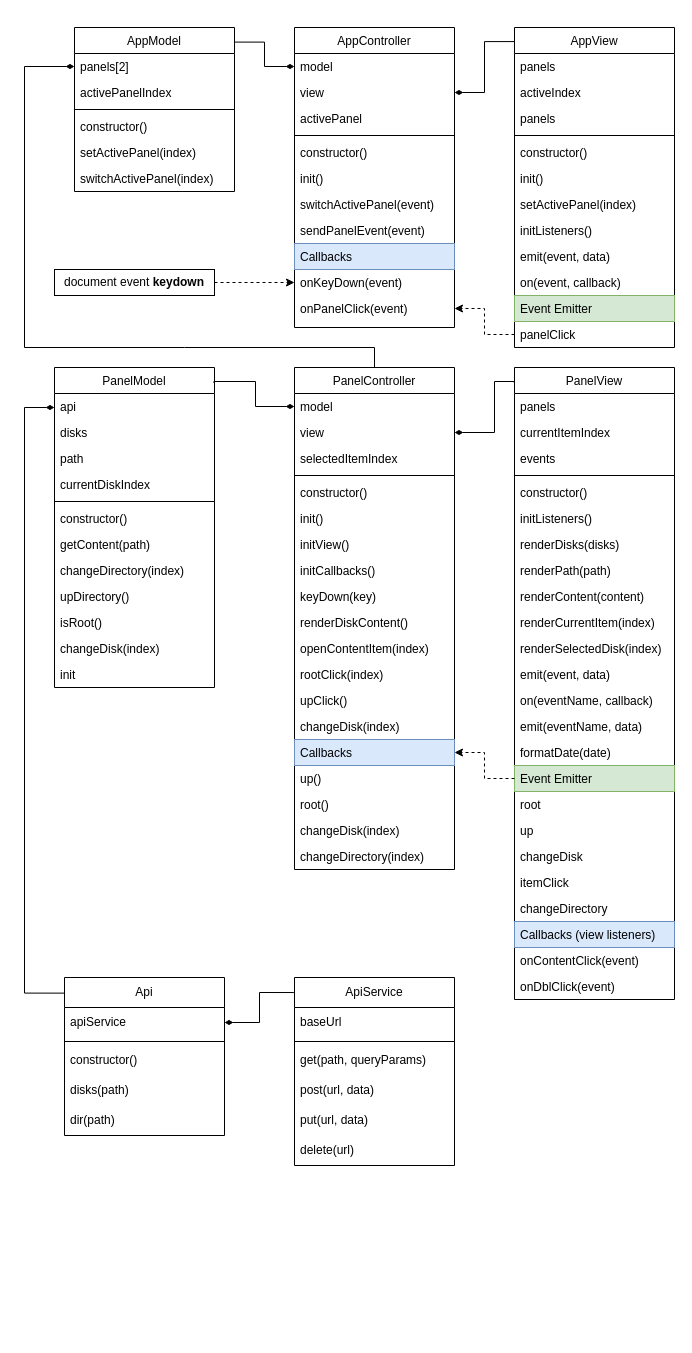
This is UML/HooliCommander.drawio from Nikolas321654/Hooli_Commander, a draw.io file, before an edit. Source tidied: cells renumbered, new cells numbered last; positions are measured from the earlier drawing's top-left corner, leaving out a move shared by most shapes. Both pictures are drawn from the tidied source at 100%, with x=0, y=0 at pixel (24, 27).
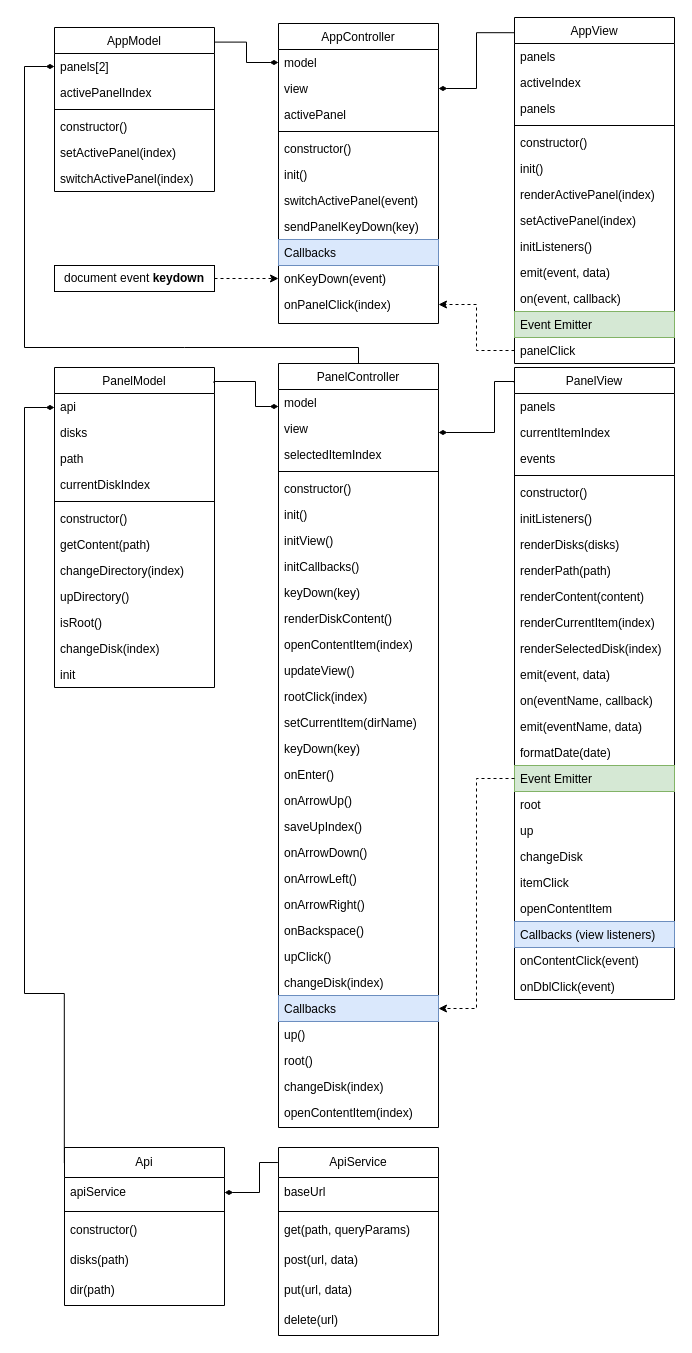
The same diagram, later.

Commit message (it also covers changes not shown here):
- Made keyboard navigation - Updated UML diagram - Made improvements and fixes

The change refers to these unchanged cells:
```xml
<mxCell id="28" value="panels[2]" style="text;align=left;verticalAlign=top;spacingLeft=4;spacingRight=4;overflow=hidden;points=[[0,0.5],[1,0.5]];portConstraint=eastwest;" parent="27" vertex="1">
  <mxGeometry y="26" width="160" height="26" as="geometry" />
</mxCell>
<mxCell id="57" value="PanelView" style="swimlane;fontStyle=0;align=center;verticalAlign=top;horizontal=1;startSize=26;rounded=0;shadow=0;strokeWidth=1;" parent="1" vertex="1">
  <mxGeometry x="490" y="340" width="160" height="632" as="geometry" />
</mxCell>
<mxCell id="102" value="apiService" style="text;strokeColor=none;fillColor=none;align=left;verticalAlign=middle;spacingLeft=4;spacingRight=4;overflow=hidden;points=[[0,0.5],[1,0.5]];portConstraint=eastwest;whiteSpace=wrap;html=1;" parent="101" vertex="1">
  <mxGeometry y="30" width="160" height="30" as="geometry" />
</mxCell>
```

Change to the diagram source:
```diff
@@
     <mxCell id="2" value="AppController" style="swimlane;fontStyle=0;align=center;verticalAlign=top;horizontal=1;startSize=26;rounded=0;shadow=0;strokeWidth=1;" parent="1" vertex="1">
-      <mxGeometry x="270" width="160" height="300" as="geometry" />
+      <mxGeometry x="254" y="-4" width="160" height="300" as="geometry" />
     </mxCell>
@@
-    <mxCell id="10" value="sendPanelEvent(event)" style="text;align=left;verticalAlign=top;spacingLeft=4;spacingRight=4;overflow=hidden;rounded=0;shadow=0;html=0;" parent="2" vertex="1">
+    <mxCell id="10" value="sendPanelKeyDown(key)" style="text;align=left;verticalAlign=top;spacingLeft=4;spacingRight=4;overflow=hidden;rounded=0;shadow=0;html=0;" parent="2" vertex="1">
       <mxGeometry y="190" width="160" height="26" as="geometry" />
     </mxCell>
@@
-    <mxCell id="13" value="onPanelClick(event)" style="text;align=left;verticalAlign=top;spacingLeft=4;spacingRight=4;overflow=hidden;points=[[0,0.5],[1,0.5]];portConstraint=eastwest;rounded=0;shadow=0;html=0;" parent="2" vertex="1">
+    <mxCell id="13" value="onPanelClick(index)" style="text;align=left;verticalAlign=top;spacingLeft=4;spacingRight=4;overflow=hidden;points=[[0,0.5],[1,0.5]];portConstraint=eastwest;rounded=0;shadow=0;html=0;" parent="2" vertex="1">
       <mxGeometry y="268" width="160" height="26" as="geometry" />
     </mxCell>
     <mxCell id="14" value="AppView" style="swimlane;fontStyle=0;align=center;verticalAlign=top;horizontal=1;startSize=26;rounded=0;shadow=0;strokeWidth=1;" parent="1" vertex="1">
-      <mxGeometry x="490" width="160" height="320" as="geometry" />
+      <mxGeometry x="490" y="-10" width="160" height="346" as="geometry" />
     </mxCell>
@@
+    <mxCell id="116" value="renderActivePanel(index)" style="text;align=left;verticalAlign=top;spacingLeft=4;spacingRight=4;overflow=hidden;" parent="14" vertex="1">
+      <mxGeometry y="164" width="160" height="26" as="geometry" />
+    </mxCell>
     <mxCell id="21" value="setActivePanel(index)" style="text;align=left;verticalAlign=top;spacingLeft=4;spacingRight=4;overflow=hidden;" parent="14" vertex="1">
-      <mxGeometry y="164" width="160" height="26" as="geometry" />
+      <mxGeometry y="190" width="160" height="26" as="geometry" />
     </mxCell>
     <mxCell id="22" value="initListeners()" style="text;align=left;verticalAlign=top;spacingLeft=4;spacingRight=4;overflow=hidden;" parent="14" vertex="1">
-      <mxGeometry y="190" width="160" height="26" as="geometry" />
+      <mxGeometry y="216" width="160" height="26" as="geometry" />
     </mxCell>
     <mxCell id="23" value="emit(event, data)" style="text;align=left;verticalAlign=top;spacingLeft=4;spacingRight=4;overflow=hidden;" parent="14" vertex="1">
-      <mxGeometry y="216" width="160" height="26" as="geometry" />
+      <mxGeometry y="242" width="160" height="26" as="geometry" />
     </mxCell>
     <mxCell id="24" value="on(event, callback)" style="text;align=left;verticalAlign=top;spacingLeft=4;spacingRight=4;overflow=hidden;" parent="14" vertex="1">
-      <mxGeometry y="242" width="160" height="26" as="geometry" />
+      <mxGeometry y="268" width="160" height="26" as="geometry" />
     </mxCell>
     <mxCell id="25" value="Event Emitter" style="text;align=left;verticalAlign=top;spacingLeft=4;spacingRight=4;overflow=hidden;fillColor=#d5e8d4;strokeColor=#82b366;" parent="14" vertex="1">
-      <mxGeometry y="268" width="160" height="26" as="geometry" />
+      <mxGeometry y="294" width="160" height="26" as="geometry" />
     </mxCell>
     <mxCell id="26" value="panelClick" style="text;align=left;verticalAlign=top;spacingLeft=4;spacingRight=4;overflow=hidden;points=[[0,0.5],[1,0.5]];portConstraint=eastwest;" parent="14" vertex="1">
-      <mxGeometry y="294" width="160" height="26" as="geometry" />
+      <mxGeometry y="320" width="160" height="26" as="geometry" />
     </mxCell>
     <mxCell id="27" value="AppModel" style="swimlane;fontStyle=0;align=center;verticalAlign=top;horizontal=1;startSize=26;rounded=0;shadow=0;strokeWidth=1;" parent="1" vertex="1">
-      <mxGeometry x="50" width="160" height="164" as="geometry" />
+      <mxGeometry x="30" width="160" height="164" as="geometry" />
     </mxCell>
@@
     <mxCell id="37" value="PanelController" style="swimlane;fontStyle=0;align=center;verticalAlign=top;horizontal=1;startSize=26;rounded=0;shadow=0;strokeWidth=1;" parent="1" vertex="1">
-      <mxGeometry x="270" y="340" width="160" height="502" as="geometry" />
+      <mxGeometry x="254" y="336" width="160" height="764" as="geometry" />
     </mxCell>
@@
+    <mxCell id="117" value="updateView()" style="text;align=left;verticalAlign=top;spacingLeft=4;spacingRight=4;overflow=hidden;" parent="37" vertex="1">
+      <mxGeometry y="294" width="160" height="26" as="geometry" />
+    </mxCell>
     <mxCell id="49" value="rootClick(index)" style="text;align=left;verticalAlign=top;spacingLeft=4;spacingRight=4;overflow=hidden;" parent="37" vertex="1">
-      <mxGeometry y="294" width="160" height="26" as="geometry" />
+      <mxGeometry y="320" width="160" height="26" as="geometry" />
     </mxCell>
+    <mxCell id="118" value="setCurrentItem(dirName)" style="text;align=left;verticalAlign=top;spacingLeft=4;spacingRight=4;overflow=hidden;" parent="37" vertex="1">
+      <mxGeometry y="346" width="160" height="26" as="geometry" />
+    </mxCell>
+    <mxCell id="119" value="keyDown(key)" style="text;align=left;verticalAlign=top;spacingLeft=4;spacingRight=4;overflow=hidden;" parent="37" vertex="1">
+      <mxGeometry y="372" width="160" height="26" as="geometry" />
+    </mxCell>
+    <mxCell id="120" value="onEnter()" style="text;align=left;verticalAlign=top;spacingLeft=4;spacingRight=4;overflow=hidden;" parent="37" vertex="1">
+      <mxGeometry y="398" width="160" height="26" as="geometry" />
+    </mxCell>
+    <mxCell id="121" value="onArrowUp()" style="text;align=left;verticalAlign=top;spacingLeft=4;spacingRight=4;overflow=hidden;" parent="37" vertex="1">
+      <mxGeometry y="424" width="160" height="26" as="geometry" />
+    </mxCell>
+    <mxCell id="122" value="saveUpIndex()" style="text;align=left;verticalAlign=top;spacingLeft=4;spacingRight=4;overflow=hidden;" parent="37" vertex="1">
+      <mxGeometry y="450" width="160" height="26" as="geometry" />
+    </mxCell>
+    <mxCell id="123" value="onArrowDown()" style="text;align=left;verticalAlign=top;spacingLeft=4;spacingRight=4;overflow=hidden;" parent="37" vertex="1">
+      <mxGeometry y="476" width="160" height="26" as="geometry" />
+    </mxCell>
+    <mxCell id="124" value="onArrowLeft()" style="text;align=left;verticalAlign=top;spacingLeft=4;spacingRight=4;overflow=hidden;" parent="37" vertex="1">
+      <mxGeometry y="502" width="160" height="26" as="geometry" />
+    </mxCell>
+    <mxCell id="125" value="onArrowRight() " style="text;align=left;verticalAlign=top;spacingLeft=4;spacingRight=4;overflow=hidden;" parent="37" vertex="1">
+      <mxGeometry y="528" width="160" height="26" as="geometry" />
+    </mxCell>
+    <mxCell id="126" value="onBackspace()" style="text;align=left;verticalAlign=top;spacingLeft=4;spacingRight=4;overflow=hidden;" parent="37" vertex="1">
+      <mxGeometry y="554" width="160" height="26" as="geometry" />
+    </mxCell>
     <mxCell id="50" value="upClick()" style="text;align=left;verticalAlign=top;spacingLeft=4;spacingRight=4;overflow=hidden;" parent="37" vertex="1">
-      <mxGeometry y="320" width="160" height="26" as="geometry" />
+      <mxGeometry y="580" width="160" height="26" as="geometry" />
     </mxCell>
     <mxCell id="51" value="changeDisk(index)" style="text;align=left;verticalAlign=top;spacingLeft=4;spacingRight=4;overflow=hidden;" parent="37" vertex="1">
-      <mxGeometry y="346" width="160" height="26" as="geometry" />
+      <mxGeometry y="606" width="160" height="26" as="geometry" />
     </mxCell>
     <mxCell id="52" value="Callbacks" style="text;align=left;verticalAlign=top;spacingLeft=4;spacingRight=4;overflow=hidden;points=[[0,0.5],[1,0.5]];portConstraint=eastwest;fillColor=#dae8fc;strokeColor=#6c8ebf;" parent="37" vertex="1">
-      <mxGeometry y="372" width="160" height="26" as="geometry" />
+      <mxGeometry y="632" width="160" height="26" as="geometry" />
     </mxCell>
     <mxCell id="53" value="up()" style="text;align=left;verticalAlign=top;spacingLeft=4;spacingRight=4;overflow=hidden;" parent="37" vertex="1">
-      <mxGeometry y="398" width="160" height="26" as="geometry" />
+      <mxGeometry y="658" width="160" height="26" as="geometry" />
     </mxCell>
     <mxCell id="54" value="root()" style="text;align=left;verticalAlign=top;spacingLeft=4;spacingRight=4;overflow=hidden;" parent="37" vertex="1">
-      <mxGeometry y="424" width="160" height="26" as="geometry" />
+      <mxGeometry y="684" width="160" height="26" as="geometry" />
     </mxCell>
     <mxCell id="55" value="changeDisk(index)" style="text;align=left;verticalAlign=top;spacingLeft=4;spacingRight=4;overflow=hidden;" parent="37" vertex="1">
-      <mxGeometry y="450" width="160" height="26" as="geometry" />
+      <mxGeometry y="710" width="160" height="26" as="geometry" />
     </mxCell>
-    <mxCell id="56" value="changeDirectory(index)" style="text;align=left;verticalAlign=top;spacingLeft=4;spacingRight=4;overflow=hidden;" parent="37" vertex="1">
-      <mxGeometry y="476" width="160" height="26" as="geometry" />
+    <mxCell id="56" value="openContentItem(index)" style="text;align=left;verticalAlign=top;spacingLeft=4;spacingRight=4;overflow=hidden;" parent="37" vertex="1">
+      <mxGeometry y="736" width="160" height="26" as="geometry" />
     </mxCell>
@@
-    <mxCell id="78" value="changeDirectory" style="text;align=left;verticalAlign=top;spacingLeft=4;spacingRight=4;overflow=hidden;" parent="57" vertex="1">
+    <mxCell id="78" value="openContentItem" style="text;align=left;verticalAlign=top;spacingLeft=4;spacingRight=4;overflow=hidden;" parent="57" vertex="1">
       <mxGeometry y="528" width="160" height="26" as="geometry" />
     </mxCell>
@@
     <mxCell id="98" value="document event &lt;b&gt;keydown&lt;/b&gt;" style="rounded=0;whiteSpace=wrap;html=1;" parent="1" vertex="1">
-      <mxGeometry x="30" y="242" width="160" height="26" as="geometry" />
+      <mxGeometry x="30" y="238" width="160" height="26" as="geometry" />
     </mxCell>
     <mxCell id="99" style="endArrow=diamondThin;html=1;rounded=0;exitX=0.5;exitY=0;exitDx=0;exitDy=0;entryX=0;entryY=0.5;entryDx=0;entryDy=0;endFill=1;" parent="1" edge="1" source="37" target="28">
       <mxGeometry relative="1" as="geometry">
         <Array as="points">
-          <mxPoint x="350" y="320" />
+          <mxPoint x="334" y="320" />
           <mxPoint x="160" y="320" />
           <mxPoint y="320" />
           <mxPoint y="39" />
         </Array>
       </mxGeometry>
     </mxCell>
@@
     <mxCell id="101" value="Api" style="swimlane;fontStyle=0;horizontal=1;startSize=30;whiteSpace=wrap;html=1;" parent="1" vertex="1">
-      <mxGeometry x="40" y="950" width="160" height="158" as="geometry" />
+      <mxGeometry x="40" y="1120" width="160" height="158" as="geometry" />
     </mxCell>
@@
     <mxCell id="107" value="ApiService" style="swimlane;fontStyle=0;horizontal=1;startSize=30;whiteSpace=wrap;html=1;" parent="1" vertex="1">
-      <mxGeometry x="270" y="950" width="160" height="188" as="geometry" />
+      <mxGeometry x="254" y="1120" width="160" height="188" as="geometry" />
     </mxCell>
@@
     <mxCell id="114" style="edgeStyle=orthogonalEdgeStyle;rounded=0;jettySize=auto;html=1;endArrow=diamondThin;endFill=1;exitX=-0.004;exitY=0.08;exitDx=0;exitDy=0;exitPerimeter=0;" parent="1" edge="1" source="107" target="102">
       <mxGeometry relative="1" as="geometry">
         <Array as="points">
-          <mxPoint x="235" y="965" />
-          <mxPoint x="235" y="995" />
+          <mxPoint x="235" y="1135" />
+          <mxPoint x="235" y="1165" />
         </Array>
       </mxGeometry>
     </mxCell>
```
